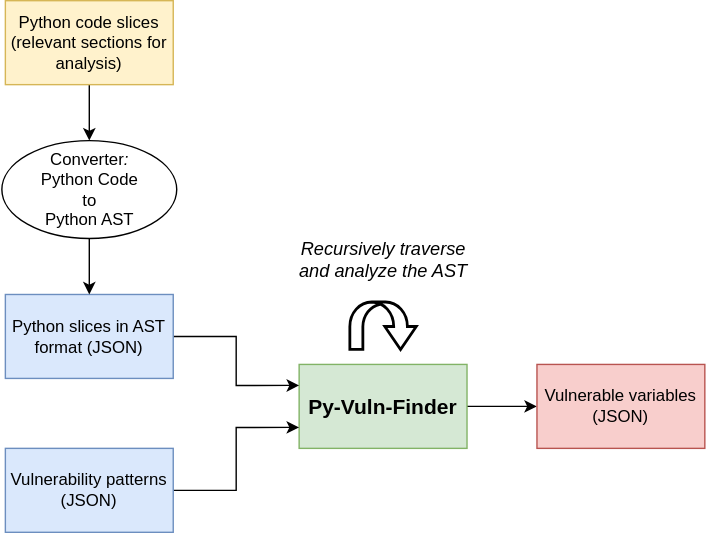
Earlier version of the draw.io export The Py-Vuln-Finder Tool.svg (HenriqueCandeias/Py-Vuln-Finder). Source tidied: cells renumbered, new cells last; positions are measured from the earlier drawing's top-left corner, leaving out a move shared by most shapes.
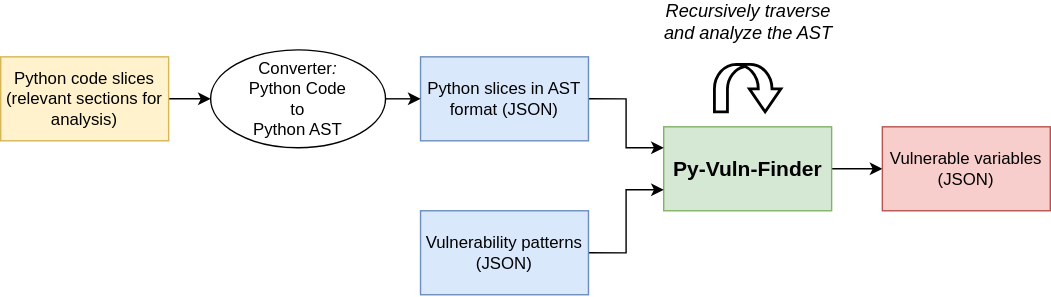
Later version of the same file.

What changed in the source:
```diff
@@ -6,13 +6,13 @@
       <mxGeometry relative="1" as="geometry" />
     </mxCell>
     <mxCell id="3" value="&lt;font size=&quot;1&quot;&gt;&lt;b style=&quot;font-size: 15px&quot;&gt;Py-Vuln-Finder&lt;/b&gt;&lt;/font&gt;" style="rounded=0;whiteSpace=wrap;html=1;fillColor=#d5e8d4;strokeColor=#82b366;" parent="1" vertex="1">
-      <mxGeometry x="212" y="260" width="120" height="60" as="geometry" />
+      <mxGeometry x="175.8" y="260" width="120" height="60" as="geometry" />
     </mxCell>
     <mxCell id="4" style="shape=mxgraph.arrows.u_turn_up_arrow;html=1;verticalLabelPosition=bottom;verticalAlign=top;strokeWidth=2;strokeColor=#000000;rotation=-180;" parent="1" vertex="1">
-      <mxGeometry x="248.2" y="215.4" width="47.5" height="33.9" as="geometry" />
+      <mxGeometry x="212" y="215.4" width="47.5" height="33.9" as="geometry" />
     </mxCell>
     <mxCell id="5" value="&lt;div style=&quot;font-size: 13px&quot;&gt;&lt;i&gt;&lt;font style=&quot;font-size: 13px&quot;&gt;Recursively traverse&lt;/font&gt;&lt;/i&gt;&lt;/div&gt;&lt;div style=&quot;font-size: 13px&quot;&gt;&lt;i&gt;&lt;font style=&quot;font-size: 13px&quot;&gt;and analyze the AST&lt;/font&gt;&lt;/i&gt;&lt;/div&gt;" style="text;html=1;align=center;verticalAlign=middle;strokeColor=none;fillColor=none;" parent="1" vertex="1">
-      <mxGeometry x="202" y="170" width="140" height="30" as="geometry" />
+      <mxGeometry x="165.8" y="170" width="140" height="30" as="geometry" />
     </mxCell>
     <mxCell id="6" style="edgeStyle=orthogonalEdgeStyle;rounded=0;jettySize=auto;html=1;exitX=1;exitY=0.5;exitDx=0;exitDy=0;entryX=0;entryY=0.25;entryDx=0;entryDy=0;" parent="1" edge="1" source="7" target="3">
       <mxGeometry relative="1" as="geometry" />
@@ -26,20 +26,20 @@
     <mxCell id="9" value="&lt;div&gt;Vulnerability patterns&lt;/div&gt;&lt;div&gt;(JSON)&lt;br&gt;&lt;/div&gt;" style="whiteSpace=wrap;html=1;fillColor=#dae8fc;strokeColor=#6c8ebf;" parent="1" vertex="1">
       <mxGeometry x="2" y="320" width="120" height="60" as="geometry" />
     </mxCell>
-    <mxCell id="10" style="edgeStyle=orthogonalEdgeStyle;rounded=0;jettySize=auto;html=1;exitX=0.5;exitY=1;exitDx=0;exitDy=0;entryX=0.5;entryY=0;entryDx=0;entryDy=0;" parent="1" edge="1" source="11" target="13">
+    <mxCell id="10" style="edgeStyle=orthogonalEdgeStyle;rounded=0;jettySize=auto;html=1;exitX=1;exitY=0.5;exitDx=0;exitDy=0;entryX=0;entryY=0.5;entryDx=0;entryDy=0;" parent="1" edge="1" source="11" target="13">
       <mxGeometry relative="1" as="geometry" />
     </mxCell>
     <mxCell id="11" value="Python code slices (relevant sections for analysis)" style="whiteSpace=wrap;html=1;fillColor=#fff2cc;strokeColor=#d6b656;" parent="1" vertex="1">
-      <mxGeometry x="2" width="120" height="60" as="geometry" />
+      <mxGeometry x="-298" y="210" width="120" height="60" as="geometry" />
     </mxCell>
-    <mxCell id="12" style="edgeStyle=orthogonalEdgeStyle;rounded=0;jettySize=auto;html=1;exitX=0.5;exitY=1;exitDx=0;exitDy=0;entryX=0.5;entryY=0;entryDx=0;entryDy=0;" parent="1" edge="1" source="13" target="7">
+    <mxCell id="12" style="edgeStyle=orthogonalEdgeStyle;rounded=0;jettySize=auto;html=1;exitX=1;exitY=0.5;exitDx=0;exitDy=0;entryX=0;entryY=0.5;entryDx=0;entryDy=0;" parent="1" edge="1" source="13" target="7">
       <mxGeometry relative="1" as="geometry" />
     </mxCell>
     <mxCell id="13" value="&lt;div&gt;Converter&lt;i&gt;:&lt;/i&gt;&lt;br&gt;&lt;/div&gt;&lt;div&gt;Python Code&lt;/div&gt;&lt;div&gt;to&lt;/div&gt;&lt;div&gt;Python AST&lt;br&gt;&lt;/div&gt;" style="ellipse;whiteSpace=wrap;html=1;" parent="1" vertex="1">
-      <mxGeometry x="-0.5" y="100" width="125" height="70" as="geometry" />
+      <mxGeometry x="-148" y="205" width="125" height="70" as="geometry" />
     </mxCell>
     <mxCell id="14" value="&lt;div&gt;Vulnerable variables&lt;/div&gt;&lt;div&gt;(JSON)&lt;br&gt;&lt;/div&gt;" style="whiteSpace=wrap;html=1;fillColor=#f8cecc;strokeColor=#b85450;" parent="1" vertex="1">
-      <mxGeometry x="382" y="260" width="120" height="60" as="geometry" />
+      <mxGeometry x="332" y="260" width="120" height="60" as="geometry" />
     </mxCell>
   </root>
 </mxGraphModel>
```
